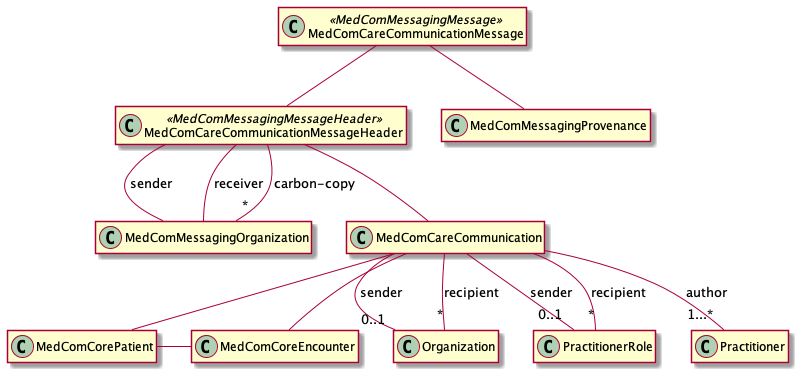
medcomdk/dk-medcom keeps this PlantUML diagram as input/images/carecommunication/CareCommunication.png. Above is the earlier version. Source of this version:
```plantuml
@startuml CareCommunication

hide empty members

class "MedComCareCommunicationMessage" as message <<MedComMessagingMessage>>
class "MedComCareCommunicationMessageHeader" as messageHeader <<MedComMessagingMessageHeader>>
class "MedComMessagingOrganization" as organization
class "MedComCareCommunication" as communication
class "MedComCorePatient" as patient
class "MedComCoreEncounter" as encounter
class "MedComMessagingProvenance" as provenance
class "Organization" as recipientOrganization
class "PractitionerRole" as recipientRole
class "Practitioner" as author

message -- messageHeader
messageHeader -- communication
message -- provenance

messageHeader -- organization : "sender"
messageHeader -- organization : "receiver"
messageHeader --"*" organization : "carbon-copy"

communication -- patient
communication -- encounter
communication --"0..1" recipientOrganization : "sender"
communication --"0..1" recipientRole : "sender"
communication --"*" recipientOrganization : "recipient"
communication --"*" recipientRole : "recipient"
communication --"1...*" author : "author"

patient - encounter
@enduml
```
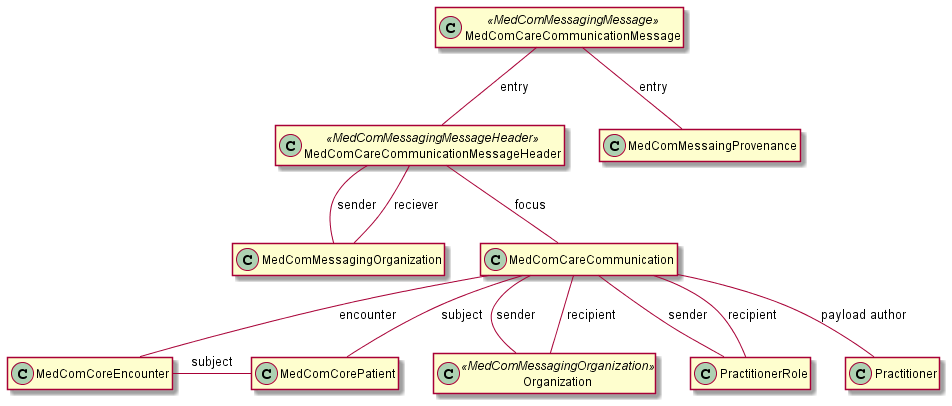
The same diagram one commit later.

The edit, as a diff of the source:
```diff
@@ -3,31 +3,28 @@
 hide empty members
 
 class "MedComCareCommunicationMessage" as message <<MedComMessagingMessage>>
-class "MedComCareCommunicationMessageHeader" as messageHeader <<MedComMessagingMessageHeader>>
-class "MedComMessagingOrganization" as organization
+class "MedComCareCommunicationMessageHeader" as messageheader <<MedComMessagingMessageHeader>>
+class "MedComMessaingProvenance" as provenance
+class "MedComMessagingOrganization" as messagingOrganization
 class "MedComCareCommunication" as communication
 class "MedComCorePatient" as patient
 class "MedComCoreEncounter" as encounter
-class "MedComMessagingProvenance" as provenance
-class "Organization" as recipientOrganization
+class "Organization" as recipientOrganization <<MedComMessagingOrganization>>
 class "PractitionerRole" as recipientRole
 class "Practitioner" as author
 
-message -- messageHeader
-messageHeader -- communication
-message -- provenance
+message -- messageheader : "entry"
+message -- provenance : "entry"
+messageheader -- messagingOrganization : "sender"
+messageheader -- messagingOrganization : "reciever"
+messageheader -- communication : "focus"
+communication -- encounter : "encounter"
+communication -- patient : "subject"
+communication -- recipientOrganization : "sender"
+communication -- recipientRole : "sender"
+communication -- recipientOrganization : "recipient"
+communication -- recipientRole : "recipient"
+communication -- author : "payload author"
 
-messageHeader -- organization : "sender"
-messageHeader -- organization : "receiver"
-messageHeader --"*" organization : "carbon-copy"
-
-communication -- patient
-communication -- encounter
-communication --"0..1" recipientOrganization : "sender"
-communication --"0..1" recipientRole : "sender"
-communication --"*" recipientOrganization : "recipient"
-communication --"*" recipientRole : "recipient"
-communication --"1...*" author : "author"
-
-patient - encounter
+encounter -patient :"subject"
 @enduml
```
